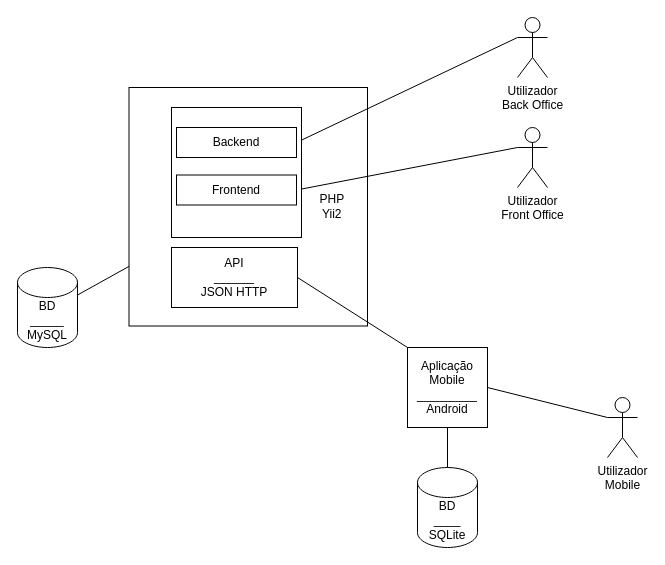
Earlier version of the draw.io diagram Diagramas/Arquitetura do projeto.drawio (2201120/Projeto-SI). Source tidied: cells renumbered, new cells numbered last; positions are measured from the earlier drawing's top-left corner, leaving out a move shared by most shapes. Both pictures are drawn from the tidied source at 100%, with x=0, y=0 at pixel (17, 17).
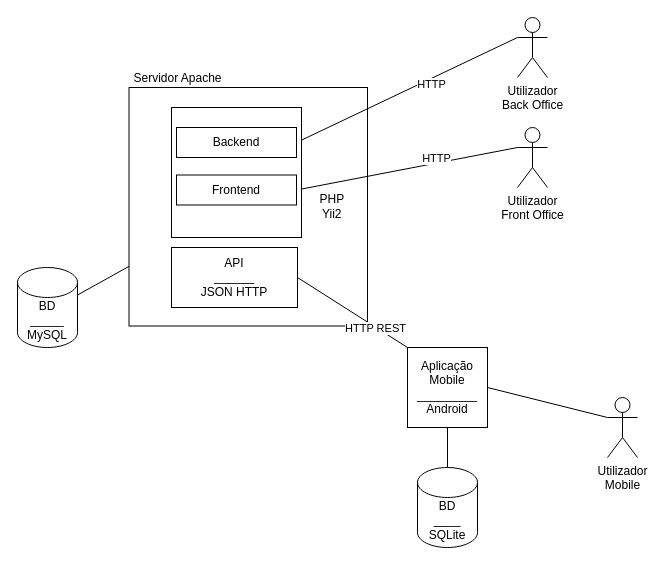
Above is the later version.

Unchanged cells that the change refers to:
```xml
<mxCell id="5" style="endArrow=none;html=1;rounded=0;exitX=1;exitY=0.5;exitDx=0;exitDy=0;entryX=0;entryY=0.3333333333333333;entryDx=0;entryDy=0;entryPerimeter=0;" parent="1" edge="1" source="16" target="3">
  <mxGeometry relative="1" as="geometry" />
</mxCell>
<mxCell id="6" style="endArrow=none;html=1;rounded=0;exitX=1;exitY=0.5;exitDx=0;exitDy=0;entryX=0;entryY=0.3333333333333333;entryDx=0;entryDy=0;entryPerimeter=0;" parent="1" edge="1" source="17" target="4">
  <mxGeometry relative="1" as="geometry" />
</mxCell>
<mxCell id="18" style="endArrow=none;html=1;rounded=0;exitX=1;exitY=0.5;exitDx=0;exitDy=0;entryX=0;entryY=0;entryDx=0;entryDy=0;" parent="1" edge="1" source="14" target="9">
  <mxGeometry relative="1" as="geometry" />
</mxCell>
```

The edit, as a diff of the source:
```diff
@@
+    <mxCell id="19" value="HTTP" style="edgeLabel;html=1;align=center;verticalAlign=middle;" parent="5" vertex="1">
+      <mxGeometry x="0.27" y="4" relative="1" as="geometry">
+        <mxPoint y="-1" as="offset" />
+      </mxGeometry>
+    </mxCell>
@@
+    <mxCell id="20" value="HTTP" style="edgeLabel;html=1;align=center;verticalAlign=middle;" parent="6" vertex="1">
+      <mxGeometry x="0.19" y="-5" relative="1" as="geometry" />
+    </mxCell>
@@
+    <mxCell id="21" value="HTTP REST" style="edgeLabel;html=1;align=center;verticalAlign=middle;" parent="18" vertex="1">
+      <mxGeometry x="0.43" y="-1" relative="1" as="geometry" />
+    </mxCell>
+    <mxCell id="22" value="Servidor Apache" style="text;html=1;strokeColor=none;fillColor=none;align=center;verticalAlign=middle;whiteSpace=wrap;rounded=0;" parent="1" vertex="1">
+      <mxGeometry x="105.5" y="46" width="108.5" height="30" as="geometry" />
+    </mxCell>
```
